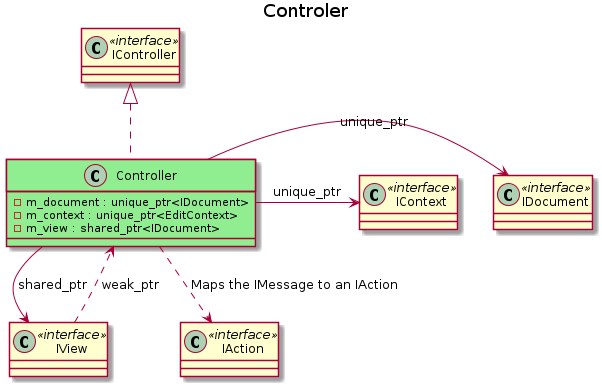
The PlantUML diagram Editor/Diagrams/controller.png in CheskisVladimir/otus-2025, before a commit. The source it was exported from:
```plantuml
@startuml

title Controler

class IController <<interface>> {
}

class Controller #LightGreen {
  - m_document : unique_ptr<IDocument>
  - m_context : unique_ptr<EditContext>
  - m_view : shared_ptr<IDocument>
}

class IView <<interface>> {

}

class IDocument <<interface>> {

}

class IContext <<interface>> {

}

class IAction <<interface>> {

}




Controller --> IView : shared_ptr
IView ..> Controller : weak_ptr
IController <|.. Controller
Controller -> IDocument : unique_ptr
Controller -> IContext : unique_ptr
Controller ..> IAction : Maps the IMessage to an IAction





@enduml
```
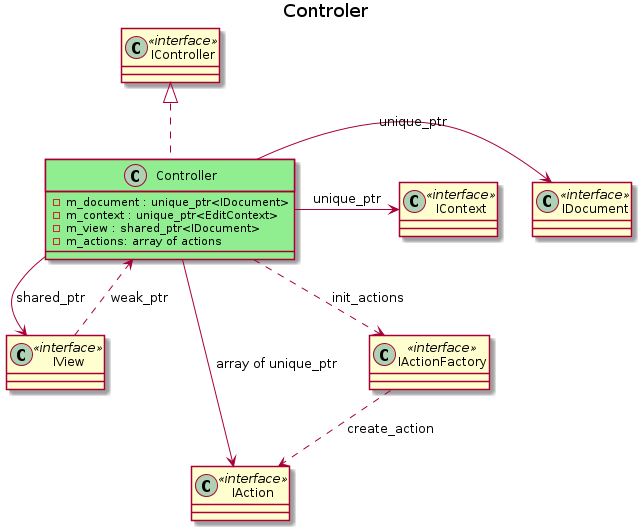
Above is the later version.

The edit, as a diff of the source:
```diff
@@ -9,11 +9,13 @@
   - m_document : unique_ptr<IDocument>
   - m_context : unique_ptr<EditContext>
   - m_view : shared_ptr<IDocument>
+  - m_actions: array of actions
 }
 
 class IView <<interface>> {
 
 }
+
 
 class IDocument <<interface>> {
 
@@ -27,6 +29,9 @@
 
 }
 
+class IActionFactory <<interface>> {
+
+}
 
 
 
@@ -35,8 +40,11 @@
 IController <|.. Controller
 Controller -> IDocument : unique_ptr
 Controller -> IContext : unique_ptr
-Controller ..> IAction : Maps the IMessage to an IAction
+Controller --> IAction : array of unique_ptr
 
+Controller ..> IActionFactory : init_actions
+
+IActionFactory ..> IAction : create_action
 
 
 
```
